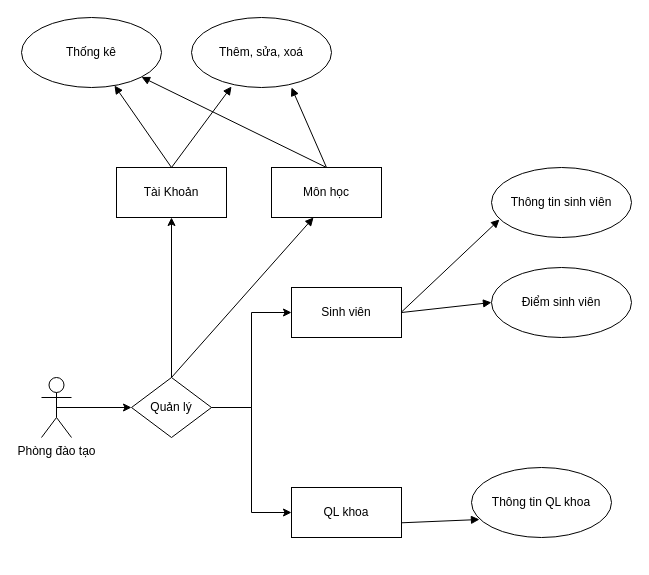
The draw.io diagram Untitled Diagram.drawio in vjintageboy/locket, before the edit. Source tidied: cells renumbered, new cells numbered last; positions are measured from the earlier drawing's top-left corner, leaving out a move shared by most shapes. Both pictures are drawn from the tidied source at 100%, with x=0, y=0 at pixel (21, 17).
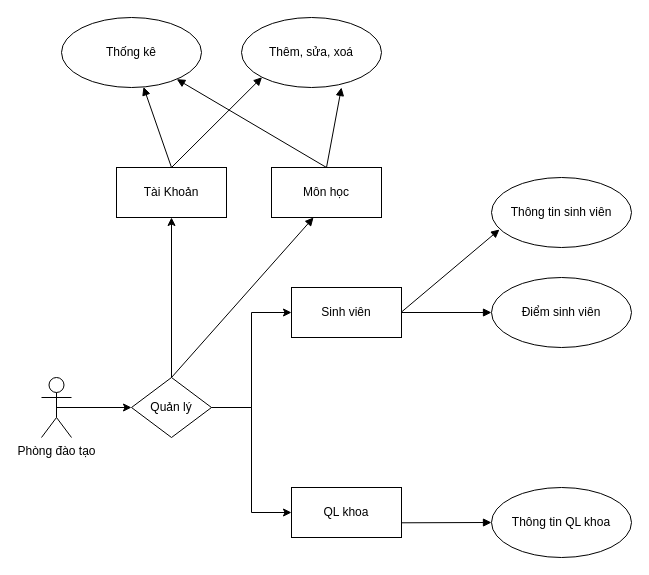
The same page after the edit.

Unchanged cells that the change refers to:
```xml
<mxCell id="5" value="QL khoa" style="html=1;whiteSpace=wrap;" parent="1" vertex="1">
  <mxGeometry x="270" y="470" width="110" height="50" as="geometry" />
</mxCell>
```

The edit, as a diff of the source:
```diff
@@
     <mxCell id="10" value="Thông tin sinh viên" style="ellipse;whiteSpace=wrap;html=1;" parent="1" vertex="1">
-      <mxGeometry x="470" y="150" width="140" height="70" as="geometry" />
+      <mxGeometry x="470" y="160" width="140" height="70" as="geometry" />
     </mxCell>
@@
     <mxCell id="13" value="Điểm sinh viên" style="ellipse;whiteSpace=wrap;html=1;" parent="1" vertex="1">
-      <mxGeometry x="470" y="250" width="140" height="70" as="geometry" />
+      <mxGeometry x="470" y="260" width="140" height="70" as="geometry" />
     </mxCell>
@@
-    <mxCell id="15" style="html=1;verticalAlign=bottom;endArrow=block;curved=0;rounded=0;entryX=0.286;entryY=0.986;entryDx=0;entryDy=0;entryPerimeter=0;" parent="1" edge="1" target="16">
+    <mxCell id="15" style="html=1;verticalAlign=bottom;endArrow=block;curved=0;rounded=0;entryX=0;entryY=1;entryDx=0;entryDy=0;" parent="1" edge="1" target="16">
       <mxGeometry relative="1" as="geometry">
         <mxPoint x="150" y="150" as="sourcePoint" />
       </mxGeometry>
     </mxCell>
     <mxCell id="16" value="Thêm, sửa, xoá" style="ellipse;whiteSpace=wrap;html=1;" parent="1" vertex="1">
-      <mxGeometry x="170" width="140" height="70" as="geometry" />
+      <mxGeometry x="220" width="140" height="70" as="geometry" />
     </mxCell>
     <mxCell id="17" value="Thông tin QL khoa" style="ellipse;whiteSpace=wrap;html=1;" parent="1" vertex="1">
-      <mxGeometry x="450" y="450" width="140" height="70" as="geometry" />
+      <mxGeometry x="470" y="470" width="140" height="70" as="geometry" />
     </mxCell>
-    <mxCell id="18" style="html=1;verticalAlign=bottom;endArrow=block;curved=0;rounded=0;entryX=0.057;entryY=0.743;entryDx=0;entryDy=0;entryPerimeter=0;exitX=0.999;exitY=0.706;exitDx=0;exitDy=0;exitPerimeter=0;" parent="1" edge="1" source="5" target="17">
+    <mxCell id="18" style="html=1;verticalAlign=bottom;endArrow=block;curved=0;rounded=0;entryX=0;entryY=0.5;entryDx=0;entryDy=0;exitX=0.999;exitY=0.706;exitDx=0;exitDy=0;exitPerimeter=0;" parent="1" edge="1" source="5" target="17">
       <mxGeometry relative="1" as="geometry" />
     </mxCell>
@@
     <mxCell id="20" value="Thống kê" style="ellipse;whiteSpace=wrap;html=1;" parent="1" vertex="1">
-      <mxGeometry width="140" height="70" as="geometry" />
+      <mxGeometry x="40" width="140" height="70" as="geometry" />
     </mxCell>
```
